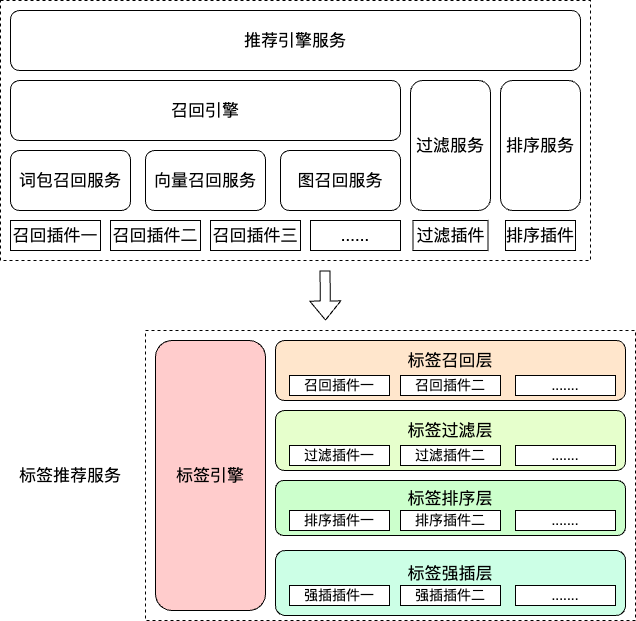
Above: 标签推荐逻辑业界方案.png in liujunao/draw-data (draw.io), before the change. Source tidied: cells renumbered, new cells last; positions are measured from the earlier drawing's top-left corner, leaving out a move shared by most shapes.
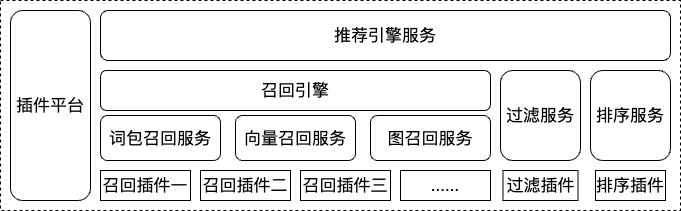
Later version of the same file.

Commit message:
更新标签推荐逻辑业界方案.png

Change to the diagram source:
```diff
@@ -3,109 +3,49 @@
     <mxCell id="0" />
     <mxCell id="1" parent="0" />
     <mxCell id="2" style="rounded=0;whiteSpace=wrap;html=1;dashed=1;" parent="1" vertex="1">
-      <mxGeometry width="590" height="260" as="geometry" />
+      <mxGeometry x="30" width="680" height="210" as="geometry" />
     </mxCell>
     <mxCell id="3" value="&lt;font size=&quot;3&quot;&gt;推荐引擎服务&lt;/font&gt;" style="rounded=1;whiteSpace=wrap;html=1;" parent="1" vertex="1">
-      <mxGeometry x="10" y="10" width="570" height="60" as="geometry" />
+      <mxGeometry x="130" y="10" width="570" height="50" as="geometry" />
     </mxCell>
     <mxCell id="4" value="&lt;font size=&quot;3&quot;&gt;召回引擎&lt;/font&gt;" style="rounded=1;whiteSpace=wrap;html=1;" parent="1" vertex="1">
-      <mxGeometry x="10" y="80" width="390" height="60" as="geometry" />
+      <mxGeometry x="130" y="70" width="390" height="40" as="geometry" />
     </mxCell>
     <mxCell id="5" value="&lt;font size=&quot;3&quot;&gt;词包召回服务&lt;/font&gt;" style="rounded=1;whiteSpace=wrap;html=1;" parent="1" vertex="1">
-      <mxGeometry x="10" y="150" width="120" height="60" as="geometry" />
+      <mxGeometry x="130" y="115" width="120" height="45" as="geometry" />
     </mxCell>
     <mxCell id="6" value="&lt;font size=&quot;3&quot;&gt;向量召回服务&lt;/font&gt;" style="rounded=1;whiteSpace=wrap;html=1;" parent="1" vertex="1">
-      <mxGeometry x="145" y="150" width="120" height="60" as="geometry" />
+      <mxGeometry x="265" y="115" width="120" height="45" as="geometry" />
     </mxCell>
     <mxCell id="7" value="&lt;font size=&quot;3&quot;&gt;图召回服务&lt;/font&gt;" style="rounded=1;whiteSpace=wrap;html=1;" parent="1" vertex="1">
-      <mxGeometry x="280" y="150" width="120" height="60" as="geometry" />
+      <mxGeometry x="400" y="115" width="120" height="45" as="geometry" />
     </mxCell>
     <mxCell id="8" value="&lt;font size=&quot;3&quot;&gt;召回插件一&lt;/font&gt;" style="rounded=0;whiteSpace=wrap;html=1;" parent="1" vertex="1">
-      <mxGeometry x="10" y="220" width="90" height="30" as="geometry" />
+      <mxGeometry x="130" y="170" width="90" height="30" as="geometry" />
     </mxCell>
     <mxCell id="9" value="&lt;font size=&quot;3&quot;&gt;召回插件二&lt;/font&gt;" style="rounded=0;whiteSpace=wrap;html=1;" parent="1" vertex="1">
-      <mxGeometry x="110" y="220" width="90" height="30" as="geometry" />
+      <mxGeometry x="230" y="170" width="90" height="30" as="geometry" />
     </mxCell>
     <mxCell id="10" value="&lt;font size=&quot;3&quot;&gt;......&lt;/font&gt;" style="rounded=0;whiteSpace=wrap;html=1;" parent="1" vertex="1">
-      <mxGeometry x="310" y="220" width="90" height="30" as="geometry" />
+      <mxGeometry x="430" y="170" width="90" height="30" as="geometry" />
     </mxCell>
     <mxCell id="11" value="&lt;font size=&quot;3&quot;&gt;召回插件三&lt;/font&gt;" style="rounded=0;whiteSpace=wrap;html=1;" parent="1" vertex="1">
-      <mxGeometry x="210" y="220" width="90" height="30" as="geometry" />
+      <mxGeometry x="330" y="170" width="90" height="30" as="geometry" />
     </mxCell>
     <mxCell id="12" value="&lt;font size=&quot;3&quot;&gt;过滤服务&lt;/font&gt;" style="rounded=1;whiteSpace=wrap;html=1;" parent="1" vertex="1">
-      <mxGeometry x="410" y="80" width="80" height="130" as="geometry" />
+      <mxGeometry x="530" y="70" width="80" height="90" as="geometry" />
     </mxCell>
     <mxCell id="13" value="&lt;font size=&quot;3&quot;&gt;过滤插件&lt;/font&gt;" style="rounded=0;whiteSpace=wrap;html=1;" parent="1" vertex="1">
-      <mxGeometry x="412.5" y="220" width="75" height="30" as="geometry" />
+      <mxGeometry x="532.5" y="170" width="75" height="30" as="geometry" />
     </mxCell>
     <mxCell id="14" value="&lt;font size=&quot;3&quot;&gt;排序服务&lt;/font&gt;" style="rounded=1;whiteSpace=wrap;html=1;" parent="1" vertex="1">
-      <mxGeometry x="500" y="80" width="80" height="130" as="geometry" />
+      <mxGeometry x="620" y="70" width="80" height="90" as="geometry" />
     </mxCell>
     <mxCell id="15" value="&lt;font size=&quot;3&quot;&gt;排序插件&lt;/font&gt;" style="rounded=0;whiteSpace=wrap;html=1;" parent="1" vertex="1">
-      <mxGeometry x="505" y="220" width="70" height="30" as="geometry" />
+      <mxGeometry x="625" y="170" width="70" height="30" as="geometry" />
     </mxCell>
-    <mxCell id="16" style="rounded=0;whiteSpace=wrap;html=1;dashed=1;" parent="1" vertex="1">
-      <mxGeometry x="145" y="330" width="490" height="290" as="geometry" />
-    </mxCell>
-    <mxCell id="17" value="&lt;font size=&quot;3&quot;&gt;标签引擎&lt;/font&gt;" style="rounded=1;whiteSpace=wrap;html=1;fillColor=#FFCCCC;" parent="1" vertex="1">
-      <mxGeometry x="155" y="340" width="110" height="270" as="geometry" />
-    </mxCell>
-    <mxCell id="18" value="&lt;font size=&quot;3&quot;&gt;标签过滤层&lt;br&gt;&lt;br&gt;&lt;/font&gt;" style="rounded=1;whiteSpace=wrap;html=1;fillColor=#E6FFCC;" parent="1" vertex="1">
-      <mxGeometry x="275" y="410" width="350" height="60" as="geometry" />
-    </mxCell>
-    <mxCell id="19" value="&lt;font style=&quot;font-size: 14px;&quot;&gt;过滤插件一&lt;/font&gt;" style="rounded=0;whiteSpace=wrap;html=1;" parent="1" vertex="1">
-      <mxGeometry x="289" y="445" width="100" height="20" as="geometry" />
-    </mxCell>
-    <mxCell id="20" value="&lt;font style=&quot;font-size: 14px;&quot;&gt;过滤插件二&lt;/font&gt;" style="rounded=0;whiteSpace=wrap;html=1;" parent="1" vertex="1">
-      <mxGeometry x="400" y="445" width="100" height="20" as="geometry" />
-    </mxCell>
-    <mxCell id="21" value="&lt;font style=&quot;font-size: 14px;&quot;&gt;.......&lt;/font&gt;" style="rounded=0;whiteSpace=wrap;html=1;" parent="1" vertex="1">
-      <mxGeometry x="515" y="445" width="100" height="20" as="geometry" />
-    </mxCell>
-    <mxCell id="22" value="&lt;font size=&quot;3&quot;&gt;标签排序层&lt;br&gt;&lt;br&gt;&lt;/font&gt;" style="rounded=1;whiteSpace=wrap;html=1;fillColor=#CCFFCC;" parent="1" vertex="1">
-      <mxGeometry x="275" y="480" width="350" height="55" as="geometry" />
-    </mxCell>
-    <mxCell id="23" value="&lt;font style=&quot;font-size: 14px;&quot;&gt;排序插件一&lt;/font&gt;" style="rounded=0;whiteSpace=wrap;html=1;" parent="1" vertex="1">
-      <mxGeometry x="289" y="510" width="100" height="20" as="geometry" />
-    </mxCell>
-    <mxCell id="24" value="&lt;font style=&quot;font-size: 14px;&quot;&gt;排序插件二&lt;/font&gt;" style="rounded=0;whiteSpace=wrap;html=1;" parent="1" vertex="1">
-      <mxGeometry x="400" y="510" width="100" height="20" as="geometry" />
-    </mxCell>
-    <mxCell id="25" value="&lt;font style=&quot;font-size: 14px;&quot;&gt;.......&lt;/font&gt;" style="rounded=0;whiteSpace=wrap;html=1;" parent="1" vertex="1">
-      <mxGeometry x="515" y="510" width="100" height="20" as="geometry" />
-    </mxCell>
-    <mxCell id="26" value="&lt;font size=&quot;3&quot;&gt;标签强插层&lt;br&gt;&lt;br&gt;&lt;/font&gt;" style="rounded=1;whiteSpace=wrap;html=1;fillColor=#CCFFE6;" parent="1" vertex="1">
-      <mxGeometry x="275" y="550" width="350" height="65" as="geometry" />
-    </mxCell>
-    <mxCell id="27" value="&lt;font style=&quot;font-size: 14px;&quot;&gt;强插插件一&lt;/font&gt;" style="rounded=0;whiteSpace=wrap;html=1;" parent="1" vertex="1">
-      <mxGeometry x="289" y="585" width="100" height="20" as="geometry" />
-    </mxCell>
-    <mxCell id="28" value="&lt;font style=&quot;font-size: 14px;&quot;&gt;强插插件二&lt;/font&gt;" style="rounded=0;whiteSpace=wrap;html=1;" parent="1" vertex="1">
-      <mxGeometry x="400" y="585" width="100" height="20" as="geometry" />
-    </mxCell>
-    <mxCell id="29" value="&lt;font style=&quot;font-size: 14px;&quot;&gt;.......&lt;/font&gt;" style="rounded=0;whiteSpace=wrap;html=1;" parent="1" vertex="1">
-      <mxGeometry x="515" y="585" width="100" height="20" as="geometry" />
-    </mxCell>
-    <mxCell id="30" value="&lt;font size=&quot;3&quot;&gt;标签召回层&lt;br&gt;&lt;br&gt;&lt;/font&gt;" style="rounded=1;whiteSpace=wrap;html=1;fillColor=#FFE6CC;" parent="1" vertex="1">
-      <mxGeometry x="275" y="340" width="350" height="60" as="geometry" />
-    </mxCell>
-    <mxCell id="31" value="&lt;font style=&quot;font-size: 14px;&quot;&gt;召回插件一&lt;/font&gt;" style="rounded=0;whiteSpace=wrap;html=1;" parent="1" vertex="1">
-      <mxGeometry x="289" y="375" width="100" height="20" as="geometry" />
-    </mxCell>
-    <mxCell id="32" value="&lt;font style=&quot;font-size: 14px;&quot;&gt;召回插件二&lt;/font&gt;" style="rounded=0;whiteSpace=wrap;html=1;" parent="1" vertex="1">
-      <mxGeometry x="400" y="375" width="100" height="20" as="geometry" />
-    </mxCell>
-    <mxCell id="33" value="&lt;font style=&quot;font-size: 14px;&quot;&gt;.......&lt;/font&gt;" style="rounded=0;whiteSpace=wrap;html=1;" parent="1" vertex="1">
-      <mxGeometry x="515" y="375" width="100" height="20" as="geometry" />
-    </mxCell>
-    <mxCell id="34" value="&lt;font size=&quot;3&quot;&gt;标签推荐服务&lt;/font&gt;" style="text;html=1;strokeColor=none;fillColor=none;align=center;verticalAlign=middle;whiteSpace=wrap;rounded=0;" parent="1" vertex="1">
-      <mxGeometry x="10" y="460" width="120" height="30" as="geometry" />
-    </mxCell>
-    <mxCell id="35" style="shape=flexArrow;endArrow=classic;html=1;rounded=0;" parent="1" edge="1">
-      <mxGeometry relative="1" as="geometry">
-        <mxPoint x="324.5" y="270" as="sourcePoint" />
-        <mxPoint x="325" y="320" as="targetPoint" />
-      </mxGeometry>
-    </mxCell>
+    <mxCell id="36" value="&lt;font size=&quot;3&quot;&gt;插件平台&lt;/font&gt;" style="rounded=1;whiteSpace=wrap;html=1;" parent="1" vertex="1">
+      <mxGeometry x="40" y="10" width="80" height="190" as="geometry" />
+    </mxCell>
   </root>
 </mxGraphModel>
```
